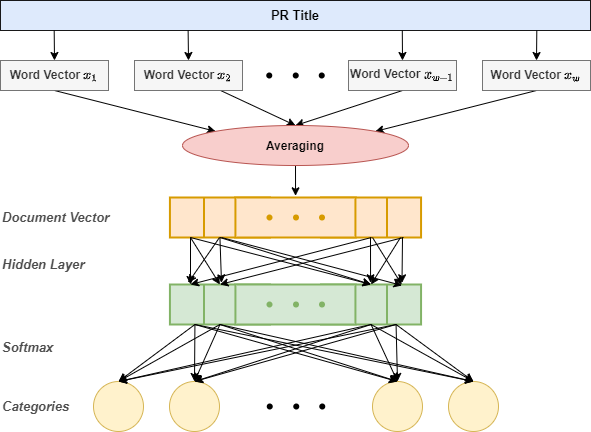
JasonZhu-WHU/Draw.io keeps this draw.io diagram as FastText.png. Above is the earlier version. Source tidied: cells renumbered, new cells last; positions are measured from the earlier drawing's top-left corner, leaving out a move shared by most shapes.
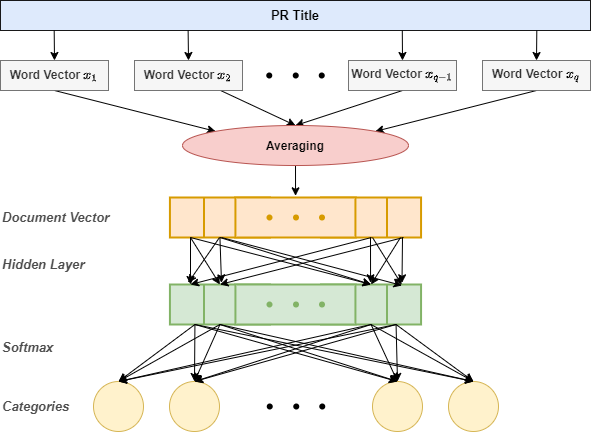
Later version of the same file.

The edit, as a diff of the source:
```diff
@@ -38,7 +38,7 @@
     <mxCell id="13" style="edgeStyle=none;rounded=0;jettySize=auto;html=1;exitX=0.5;exitY=1;exitDx=0;exitDy=0;entryX=1;entryY=0;entryDx=0;entryDy=0;startArrow=none;startFill=0;endArrow=classic;endFill=1;" parent="1" edge="1" source="14" target="19">
       <mxGeometry relative="1" as="geometry" />
     </mxCell>
-    <mxCell id="14" value="&lt;font style=&quot;font-size: 12px&quot;&gt;Word Vector&amp;nbsp;&lt;/font&gt;&lt;span style=&quot;color: rgb(0 , 0 , 0)&quot;&gt;`x_{w}`&lt;/span&gt;" style="rounded=0;whiteSpace=wrap;html=1;opacity=90;fillColor=#f5f5f5;fontSize=12;fontStyle=1;strokeColor=#666666;fontColor=#333333;" parent="1" vertex="1">
+    <mxCell id="14" value="&lt;font style=&quot;font-size: 12px&quot;&gt;Word Vector&amp;nbsp;&lt;/font&gt;&lt;span style=&quot;color: rgb(0 , 0 , 0)&quot;&gt;`x_{q}`&lt;/span&gt;" style="rounded=0;whiteSpace=wrap;html=1;opacity=90;fillColor=#f5f5f5;fontSize=12;fontStyle=1;strokeColor=#666666;fontColor=#333333;" parent="1" vertex="1">
       <mxGeometry x="482" y="60" width="108" height="30" as="geometry" />
     </mxCell>
     <mxCell id="15" style="edgeStyle=orthogonalEdgeStyle;rounded=0;jettySize=auto;html=1;exitX=0.5;exitY=0;exitDx=0;exitDy=0;entryX=0.681;entryY=1;entryDx=0;entryDy=0;entryPerimeter=0;startArrow=classic;startFill=1;endArrow=none;endFill=0;" parent="1" edge="1" source="17" target="2">
@@ -47,7 +47,7 @@
     <mxCell id="16" style="edgeStyle=none;rounded=0;jettySize=auto;html=1;exitX=0.5;exitY=1;exitDx=0;exitDy=0;entryX=0.5;entryY=0;entryDx=0;entryDy=0;startArrow=none;startFill=0;endArrow=classic;endFill=1;" parent="1" edge="1" source="17" target="19">
       <mxGeometry relative="1" as="geometry" />
     </mxCell>
-    <mxCell id="17" value="&lt;font style=&quot;font-size: 12px&quot;&gt;Word Vector&amp;nbsp;&lt;/font&gt;&lt;span style=&quot;color: rgb(0 , 0 , 0)&quot;&gt;`x_{w-1}`&lt;/span&gt;" style="rounded=0;whiteSpace=wrap;html=1;opacity=90;fillColor=#f5f5f5;fontSize=12;fontStyle=1;strokeColor=#666666;fontColor=#333333;" parent="1" vertex="1">
+    <mxCell id="17" value="&lt;font style=&quot;font-size: 12px&quot;&gt;Word Vector&amp;nbsp;&lt;/font&gt;&lt;span style=&quot;color: rgb(0 , 0 , 0)&quot;&gt;`x_{q-1}`&lt;/span&gt;" style="rounded=0;whiteSpace=wrap;html=1;opacity=90;fillColor=#f5f5f5;fontSize=12;fontStyle=1;strokeColor=#666666;fontColor=#333333;" parent="1" vertex="1">
       <mxGeometry x="348" y="60" width="108" height="30" as="geometry" />
     </mxCell>
     <mxCell id="18" style="edgeStyle=orthogonalEdgeStyle;rounded=0;jettySize=auto;html=1;entryX=0.501;entryY=-0.042;entryDx=0;entryDy=0;entryPerimeter=0;" parent="1" edge="1" target="22">
```
